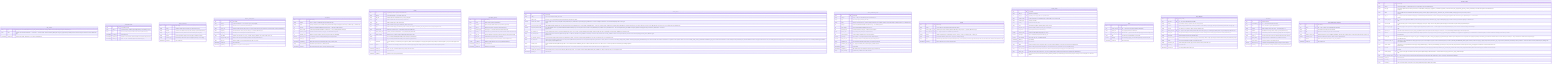
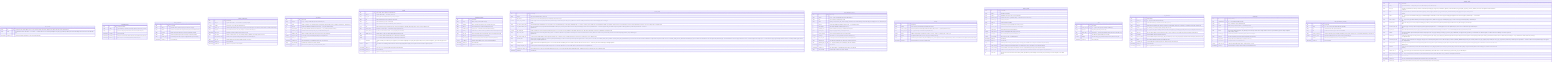
%% Generated by scripts/generate_er.py — do not edit by hand (make er)
erDiagram

    APP_CONFIG {
        string key PK "Config key in lower-snake attribute form (e.g. pdf_extractor). Matches the settings.<key> attribute name and the API path segment. ADR-0053 §2.1."
        string value "Override value as TEXT. NOT NULL — 'a row exists ⇔ override is active'. Reset to default by deleting the row (§3.3). Typed values (bool/float) are stored as their string form and coerced at read. ADR-0053 §2.1."
        timestamptz updated_at "Last write time (audit). Refreshed on every upsert. ADR-0053 §2.1."
    }

    CONVERSATIONS {
        uuid id PK "Conversation identity"
        string vault_id "Logical vault scope (matches pages/edges pattern), from VAULT_ID env var"
        string title "User-set or first-prompt-derived title, NULL until set (ADR-0019 §2.5)"
        timestamptz created_at "Row creation time"
        timestamptz updated_at "Bumped on each chat turn, drives last-active-conversation restore (AC-F6-1)"
        timestamptz deleted_at "NULL = live, set = soft-deleted (ADR-0005 / ADR-0019 §2.5)"
    }

    IMAGE_CAPTIONS {
        uuid id PK "Row identity"
        string vault_id "Vault this cached caption belongs to (per-vault cache scoping)"
        string sha256 "Lowercase hex sha256 of the image file's raw bytes (content-addressed key)"
        string file_path "Relative raw source path last seen for this content (audit, may drift)"
        string caption "Provider-generated caption used as the image's extracted text (R8-2)"
        string provider_type "Backend that produced the caption: local|api|cli (audit only, never routing)"
        timestamptz created_at "Row creation time"
    }

    IMPORT_SCHEDULES {
        uuid id PK "Row identity"
        string vault_id "Logical vault identifier — one schedule row per vault (UNIQUE)"
        boolean enabled "Scheduler is a no-op while false (ADR-0020 §4.1)"
        string source_dir "Container-visible absolute path to scan (e.g. /import). NULL until set by the user. Must be mounted into the container (ADR-0020 §7)."
        string frequency "Scan interval enum: '15m' | '1h' | '6h' | 'daily' (I7 — bounded, ADR-0020 §4.1)"
        timestamptz last_run_at "Timestamp of the last completed scan, NULL if never run"
        string last_status "Outcome of the last scan: 'ok' | 'error' | 'running' | 'skipped_disabled' | 'dir_missing' | NULL (never run)"
        int last_imported_count "Number of files copied (new/changed) during the last scan (ADR-0020 §4.3)"
        string last_error "Human-readable error from the last failed scan, NULL on success"
        timestamptz created_at "Row creation time"
        timestamptz updated_at "Updated on every PUT or scan completion"
    }

    LINT_RUNS {
        uuid id PK "Run identity"
        string vault_id "Scope — string, no vaults table (AQ-v0.5-6, ADR-0037 §3.1)"
        string status "running | completed | error. Defaults 'running', terminal write always in finally (never left 'running' on fall-through — ADR-0037 §4)."
        int max_iter "Iteration cap FROZEN at INSERT from POST body → LINT_MAX_ITER default (I7)"
        int token_budget "Token budget FROZEN at INSERT from POST body → LINT_TOKEN_BUDGET default (I7)"
        int iterations_used "Semantic rounds consumed (0..max_iter), 0 for deterministic-only scans"
        int findings_count "Number of findings emitted by this scan (capped at LINT_MAX_FINDINGS)"
        decimal total_cost_usd "I7 cost ledger, 0.0000 for local/cli (ADR-0009), $1 anomaly threshold"
        timestamptz started_at "Run start time"
        timestamptz completed_at "NULL while running, set in finally block (mirrors deep_research_runs)"
        string error_message "Populated only on status='error', NULL otherwise"
        timestamptz created_at "Row creation time (mirrors deep_research_runs/review_items)"
    }

    PAGES {
        uuid id PK "Page identity, also the Qdrant point id (ADR-0002)"
        string vault_id "Logical vault identifier — from VAULT_ID env var"
        string file_path "Relative path under vault/raw/sources/, join key to filesystem"
        string title "YAML frontmatter 'title', NULL if absent (K6, AC-K6-2/3)"
        string type "YAML frontmatter 'type', NULL if absent (K6)"
        jsonb sources "YAML frontmatter 'sources[]' as JSONB array, NULL if absent (K6)"
        jsonb tags "YAML frontmatter 'tags[]' as JSONB array, NULL if absent (K6 navigation, nashsu/llm_wiki parity). Mirrors 'sources' storage. Migration 0018."
        string content_hash "sha256 hex of raw file bytes — authoritative change signal (ADR-0001)"
        int source_mtime_ns "st_mtime_ns at last confirmed index — cheap fast-path gate (ADR-0001)"
        uuid qdrant_point_id "Qdrant point id == pages.id, explicit to allow deliberate divergence later"
        double x "FR x-coordinate (DOUBLE PRECISION), NULL until first layout (ADR-0013)"
        double y "FR y-coordinate (DOUBLE PRECISION), NULL until first layout (ADR-0013)"
        int community "Louvain community id, re-numbered by size (largest=0). NULL until first GraphEngine.recompute() after migration 0020 (G-P0-2). Persisted alongside x/y, exposed in GET /graph nodes (I2)."
        boolean pinned "True when the user manually positioned this node via PATCH /pages/(id)/position. Engine preserves pinned coords across FR recomputes (Feature A)."
        timestamptz deleted_at "NULL = live, set = soft-deleted (ADR-0005), Qdrant point hard-deleted"
        timestamptz created_at "Row creation time"
        timestamptz updated_at "Updated on every upsert (AC-WATCH-3)"
    }

    PROVIDER_CONFIG {
        uuid id PK "Row identity"
        string scope "global | vault | operation (ADR-0008 §2)"
        string operation "ingest | chat | lint, NULL unless scope='operation' (AQ-v0.2-5)"
        string vault_id "NULL at global scope, required at vault/operation scope"
        string provider_type "local | api | cli — selects the InferenceProvider backend (I6)"
        string model_id "Model name (e.g. claude-sonnet-4-6), value lives ONLY in DB rows (AC-F17-8)"
        string base_url "OpenAI-compatible endpoint for ApiProvider, NULL for Anthropic/local default"
        int max_iter "Orchestrated-loop iteration cap (I7, ADR-0009)"
        int token_budget "Loop token budget (I7), 60000 orchestrated / 100000 cli (ADR-0009)"
        boolean is_fallback "Marks the single fallback row for a scope (ADR-0009 §fallback)"
        timestamptz created_at "Row creation time"
        timestamptz updated_at "Updated on every change"
    }

    VAULT_STATE {
        uuid id PK "Row identity"
        string vault_id "One row per vault, from VAULT_ID env var"
        int data_version "Monotonic, +1 per successful upsert ingest (AC-F16dv-2/4), FA2 debounce signal"
        boolean remote_mcp_enabled "Runtime toggle for the remote (HTTP) MCP surface (ADR-0032 §2.1). Default OFF, requires MCP_AUTH_TOKEN to be set before enabling. Persisted here, read into RemoteMcpFlag cache in main.py at startup."
        string mcp_access_token_hash "Salted PBKDF2-HMAC-SHA256 hash of the UI-set MCP access token (ADR-0033 §2.1). Format: pbkdf2_sha256$<iters>$<salt_b64>$<hash_b64>. NULL = no UI token, env MCP_AUTH_TOKEN is the bootstrap fallback. NEVER stores plaintext. Token shown once at generation time (one-time reveal). DB-hash takes precedence over env bootstrap when set. Migration 0012."
        boolean mcp_allow_without_token "When ON: PRIVATE sources (loopback/CGNAT/RFC1918/link-local/ULA) may reach /mcp/server without a bearer token (ADR-0033 §2.3). PUBLIC sources (Cloudflare tunnel — CF-Connecting-IP/CF-Ray) are NEVER exempted regardless of this flag (fail-safe by construction). Default false — fail-closed. Migration 0012."
        boolean clip_enabled_db "Runtime enabled-gate for POST /clip ingress (ADR-0040 §3). NULL = not set in DB, env CLIP_ENABLED is the fallback. When NOT NULL, DB value is authoritative (overrides CLIP_ENABLED env). Migration 0015."
        string clip_access_token "Plaintext bearer token for POST /clip (ADR-0040 §3). NULL = no DB token, fall back to CLIP_TOKEN env bootstrap or none. When set, DB value wins over CLIP_TOKEN env. Shown once at generation time (one-time reveal in PUT /clip/config generated_token). NEVER logged. Migration 0015."
        string clip_allowed_origins_db "Comma-separated Origin allowlist for POST /clip (ADR-0040 §3). NULL = fall back to CLIP_ALLOWED_ORIGINS env var. When set, DB value wins over env. Migration 0015."
        string cli_oauth_token "Plaintext Claude subscription OAuth token for the CLI provider (ADR-0043 §2.1). Produced on the host by 'claude setup-token' (prefix: sk-ant- + oat01-). NULL = no UI token, env 'CLAUDE_CODE_OAUTH_TOKEN' / 'CLAUDE_CODE_USE_SUBSCRIPTION' govern. When NOT NULL the DB value is authoritative: it is injected into the spawned 'claude' CLI's env as CLAUDE_CODE_OAUTH_TOKEN AND 'ANTHROPIC_API_KEY' is scrubbed from that child env so the subscription wins (ADR-0043 §2.3). Stored PLAINTEXT because it is replayed outbound to the CLI, not verified against an incoming request — a hash cannot be replayed (§12 narrowly amended for this one credential). NEVER logged, NEVER returned by any endpoint. Migration 0017."
        string searxng_url_db "Runtime SearXNG base URL (ADR-0041 §3). NULL = not set in DB, fall back to SEARXNG_URL env var. When set, DB value wins over env. NOT a secret — returned by GET /web-search/config (no masking). Migration 0016."
        string searxng_categories_db "Comma-separated SearXNG categories (ADR-0041 §3). NULL = not set in DB, fall back to env / code defaults. When set, DB value wins over env. Migration 0016."
        int searxng_max_queries_db "Max SearXNG queries per deep-research iteration (ADR-0041 §3). NULL = not set in DB, fall back to DEEP_RESEARCH_MAX_QUERIES env. When set, DB value wins over env. Migration 0016."
        timestamptz updated_at "Last bump time"
    }

    DEEP_RESEARCH_RUNS {
        uuid id PK "Run identity"
        string vault_id "Scope — string, no vaults table (AQ-v0.5-6, ADR-0024 §7.1)"
        string topic "The research topic provided by the caller"
        string status "running | converged | max_iter_reached | budget_exhausted | error. Defaults 'running', terminal write always in finally (Do-NOT no.7, ADR-0024 §3.2)"
        int max_iter "Iteration cap FROZEN at INSERT from POST body → env default (AQ-v0.5-4)"
        int token_budget "Token budget FROZEN at INSERT (AQ-v0.5-4, I7)"
        int iterations_used "Rounds consumed (1..max_iter), 0 until first round completes"
        jsonb queries_used "Array of every query issued, per round (AC-F10-4c)"
        int sources_fetched "Count of fetched candidate sources across all iterations"
        boolean converged "True iff status == 'converged' (audit convenience, ADR-0024 §7.1)"
        decimal total_cost_usd "I7 cost ledger, 0.0000 for local/cli (ADR-0009), $1 anomaly threshold"
        string synthesis_text "The synthesized markdown, NULL until step 5 completes (AC-F10-4c)"
        uuid synthesis_page_id FK "FK → pages.id created by the re-entrant ingest_file, NULL until done"
        timestamptz started_at "Run start time"
        timestamptz completed_at "NULL while running, set in finally block (mirrors ingest_runs alias rule)"
        string error_message "Populated only on status='error', NULL otherwise"
    }

    EDGES {
        uuid id PK "Row identity"
        string vault_id "Scope edges per vault (matches pages/vault_state pattern)"
        uuid source_page_id FK "Unordered pair stored canonically (smaller UUID first by string sort). FK → pages.id (ADR-0012 / AQ-5)"
        uuid target_page_id FK "FK → pages.id, target of the undirected pair (ADR-0012)"
        double weight "Additive 4-signal weight > 0 (ADR-0012): 3·direct + 4·source_overlap + 1.5·adamic_adar + 1·same_type"
        jsonb signals "Per-signal breakdown ('direct','source','aa','type') for audit (AC-F4-1(e))"
        string kind "Structural edge discriminator: 'link' (direct wikilink present) | 'source' (shared provenance only). ADR-0016 §4. NULL for rows written before migration 0004 (treated as link)."
        timestamptz created_at "Row creation time (set on each recompute batch)"
    }

    INGEST_RUNS {
        uuid id PK "Row identity"
        string vault_id "Vault this run belongs to"
        uuid page_id FK "Originating source page, NULL on a pre-write failure"
        string provider_name "Provider class name (e.g. OllamaProvider) — AUDIT ONLY, never routed on (I6)"
        string provider_type "local | api | cli (audit)"
        string model_id "Resolved model used (audit)"
        string route "orchestrated | delegated (capability-aware routing outcome)"
        int max_iter_used "Iterations actually consumed (1..max_iter), 0 for delegated"
        int total_tokens "input+output tokens across all iterations (I7)"
        decimal total_cost_usd "0.0000 for local/cli (ADR-0009), logged per run (I7)"
        boolean converged "True if a valid batch was produced within max_iter"
        boolean cost_anomaly "True if total_cost_usd > 1.00 (ADR-0009 §3)"
        timestamptz started_at "Run start time"
        timestamptz finished_at "Run finish time"
        string status "Run lifecycle state: running | completed | failed | converged_false. Backfilled from converged for historical rows (ADR-0018 §7)."
        int pages_created "Number of wiki pages persisted during this run. 0 for historical rows, set by orchestrator on new runs (ADR-0018 §7)."
        string error_message "Human-readable error description for failed runs, NULL for completed/running/converged_false rows (ADR-0018 §7)."
        string source_path "Relative raw source path (raw/sources/…) the run is ingesting. NULL for historical rows written before migration 0021 (ADR-0046 §1)."
        int retry_count "Times this source has been retried. Enforces MAX_INGEST_RETRIES=3 (I7, ADR-0046 §5). Incremented by the queue manager on each re-dispatch, 0 for the initial attempt."
    }

    LINKS {
        uuid id PK "Row identity"
        uuid source_page_id FK "FK → pages.id, the page that contains the wikilink (K5)"
        string target_title "The [[Target]] title string as written (K5)"
        uuid target_page_id FK "Resolved FK → pages.id, NULL while the target page does not exist (K5, v0.3)"
        string alias "The |alias part of [[Target|alias]], if present (K5)"
        boolean dangling "True when target_page_id is unresolved (AC-K5-5), warn-not-error path"
        timestamptz created_at "Row creation time"
    }

    LINT_FINDINGS {
        uuid id PK "Finding identity"
        uuid lint_run_id FK "FK → lint_runs.id (ON DELETE CASCADE)"
        string vault_id "Denormalised vault scope (matches the run's vault, AQ-v0.5-6)"
        string category "Finding category (ADR-0037 §3.1 enum-by-convention, no DB CHECK): orphan-page | missing-xref | contradiction | stale-claim | missing-page."
        string severity "info | warning | error (advisory, display ordering). ADR-0037 §3.1."
        uuid target_page_id FK "FK → pages.id, the page the finding is about. NULL when none applies (e.g. a missing-page finding about a not-yet-existing title). ADR-0037 §3.1."
        string target_title "The page title the finding concerns (missing-page: title to create, missing-xref: the existing page that should be linked). ADR-0037 §3.1."
        string description "Human-readable 'what is wrong' (ADR-0037 §3.1)."
        string proposed_action "Human-readable description of the fix apply_lint_fix would attempt. NULL for flag-only findings (contradiction/stale-claim/orphan). ADR-0037 §3.1/§5."
        string status "open | applied | dismissed. Defaults 'open' (ADR-0037 §3.1)."
        string resolution_note "How the finding was resolved (apply outcome / dismiss reason). NULL while open."
        timestamptz created_at "Row creation time"
        timestamptz reviewed_at "Set on apply/dismiss, NULL while open."
    }

    MESSAGES {
        uuid id PK "Message identity"
        uuid conversation_id FK "FK → conversations.id (ADR-0019 §2.5)"
        string role "'user' | 'assistant' | 'system' (ADR-0019 §2.5)"
        string content "RAW message content, incl. literal <think>…</think> un-mutated (AC-F7-2)"
        jsonb citations "RESERVED for M5 [n] citations, always [] in M4 (ADR-0019 §2.3)"
+         jsonb images "B2-C1 image attachments: [(mime, data_base64)] for user messages. NULL when no images attached. Stored so regenerate/history preserves images. Migration: 0024_messages_images."
        string provider_type "Backend that produced an assistant msg (audit), NULL for user/system"
        string model_id "Resolved model that produced an assistant msg (audit), NULL otherwise"
        int input_tokens "Prompt tokens for an assistant turn (I7 persistent cost record)"
        int output_tokens "Completion tokens for an assistant turn (I7)"
        decimal total_cost_usd "0.0000 for local/cli (ADR-0009), logged + returned in done event (I7)"
        timestamptz created_at "Row creation time, messages ordered created_at ASC (ADR-0019 §2.5)"
    }

    DEEP_RESEARCH_SOURCES {
        uuid id PK "Row identity"
        uuid run_id FK "FK → deep_research_runs.id (ON DELETE CASCADE)"
        string url "The fetched source URL (from SearXNG hit)"
        string title "Hit title from SearXNG, may be URL if no title available"
        string fetched_content_md "Extracted markdown (capped at DEEP_RESEARCH_FETCH_MAX_CHARS), NULL on fetch failure (ADR-0024 §4 / Do-NOT no.9)"
        decimal relevance_score "Optional model/heuristic relevance, NULL in Phase 2 (ADR-0024 §11)"
        int iteration "Which round produced this source (1..max_iter), audit trail"
        timestamptz created_at "Row creation time"
    }

    REVIEW_ITEMS {
        uuid id PK "Row identity"
        string vault_id "Logical vault identifier — existing String (no FK, no vaults table). AQ-v0.5-6, ADR-0034 §3.1"
        string item_type "Proposal type (ADR-0034 §3.1 enum-by-convention, no DB CHECK): missing-page | suggestion | contradiction | duplicate | confirm. Old values (new_page/update_page/deep_research_candidate) are obsolete after migration 0013 left-shifts them to skipped."
        string status "Lifecycle (ADR-0034 §3.1, ADR-0044 adds dismissed): pending | created | skipped | dismissed | deep_researched | auto_resolved. Defaults 'pending'. (approved is gone, Create produces created.)"
        uuid page_id FK "FK → pages.id, the review TARGET: existing page a contradiction/duplicate conflicts with, or source-context page for missing-page/suggestion. NULL when none applies. (ADR-0034 §3.1 — re-documented column)"
        uuid source_page_id FK "FK → pages.id, the page WHOSE INGEST produced this proposal (provenance). Distinct from page_id (the conflicting/target page). Lets the UI show 'proposed while ingesting X'. ADR-0034 §3.1 ADD."
        string proposed_title "The title the LLM proposes to create (required for missing-page, advisory for others). Drives the lazy skeleton (ADR-0034 §5.2) and rule-based sweep title match (§6.2). ADR-0034 §3.1 ADD."
        string proposed_page_type "Inferred PageType for the lazy skeleton: entity|concept|source|synthesis|comparison. NULL → heuristic applied at Create time (ADR-0034 §5.2). source is never a valid Create target. ADR-0034 §3.1 ADD."
        string proposed_dir "Target wiki/ subdir derived from proposed_page_type (DISPLAY ONLY). Recomputed from the final type at Create time — never trusted blindly (ADR-0034 §5.2). ADR-0034 §3.1 ADD."
        string rationale "Short human-readable 'why this matters' (ADR-0034 §3.1 ADD). Replaces the old per-page follow-up questions (pre_generated_query is DROPPED). For suggestion: the gap/follow-up, for contradiction: the conflict description, for confirm: what needs confirming. Used as the topic hint for Deep Research."
        string content_key "16-hex FNV-1a stable digest over vault_id + item_type + normalize(proposed_title) + (target_page_title|page_id) (ADR-0044 §3.2). Makes the queue idempotent across re-ingest: the same logical proposal keeps its content_key and therefore its status. NULL for 'confirm' items (never deduped — every confirmation is a distinct human ask) and legacy rows. Migration 0019."
        jsonb referenced_page_ids "JSON array of page-id STRINGS: the existing pages this proposal is contextually about (plural context set, ADR-0044 §2/§3.1). Bounded (≤ REVIEW_REFERENCED_PAGES_MAX, default 8). Distinct from page_id (single primary conflict) and source_page_id (provenance). Deliberately a JSON array, NOT a junction/FK — stale ids are filtered at render (ADR-0044 §9.2). NULL/[] when none. Migration 0019."
        jsonb search_queries "JSON array of ≤3 pre-generated web-search-query strings (ADR-0044 §2.3), produced by the SAME single proposal call (no extra provider call). Deep Research seeds its topic from search_queries[0], the UI shows them on the card. NULL when none. Migration 0019."
        string resolution "How the item closed (ADR-0034 §3.1 ADD, ADR-0044 adds dismissed): created | skipped | dismissed | researched | rule_resolved | llm_resolved. NULL while pending. Complements status (status records *what* happened, resolution records *how* it was resolved)."
        uuid created_page_id FK "FK → pages.id, the page a successful Create action produced (ADR-0034 §5). NULL while status != 'created'. Distinct from page_id and source_page_id. ADR-0034 §3.1 ADD."
        uuid deep_research_run_id FK "FK → deep_research_runs.id, set when the Deep-Research action fires (AC-F10-5). NULL while status != 'deep_researched'. Unchanged from ADR-0025."
        timestamptz created_at "Row creation time"
        timestamptz reviewed_at "Set on any terminal action (Create/Skip/Deep-Research/auto-resolve), NULL while pending."
        string reviewed_by "'web-ui' for human actions, 'auto-sweep' for the sweep (ADR-0034 §6.2/§6.3). NULL while pending."
    }
